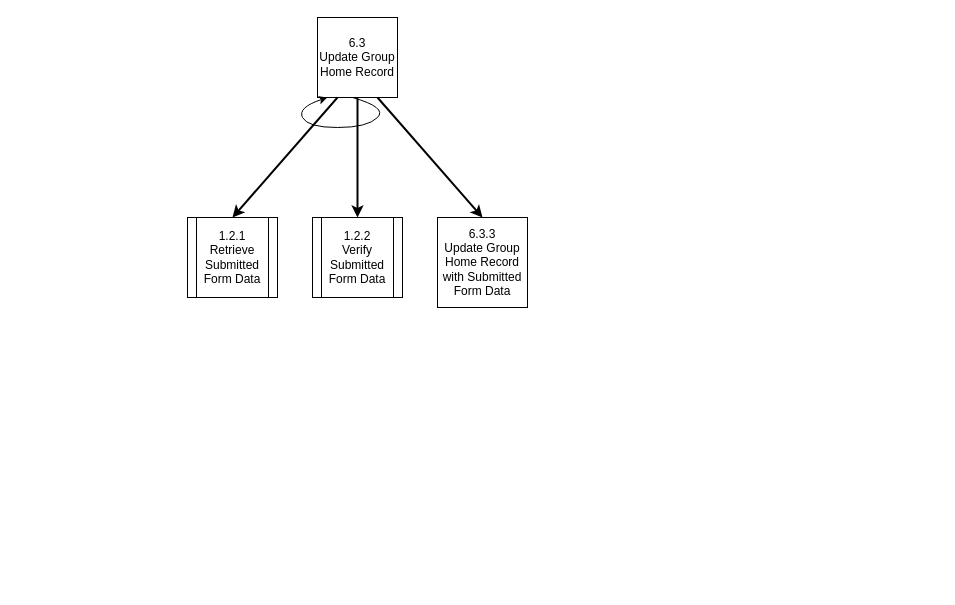
Earlier version of the draw.io diagram page "6.3: Update GH Record" (3 of 3) of Diagrams/StructureCharts/Proc6UpdateGH.drawio (Harlento/SchedulingSystem). Source tidied: cells renumbered, new cells numbered last; positions are measured from the earlier drawing's top-left corner, leaving out a move shared by most shapes. Both pictures are drawn from the tidied source at 100%, with x=0, y=0 at pixel (187, 17).
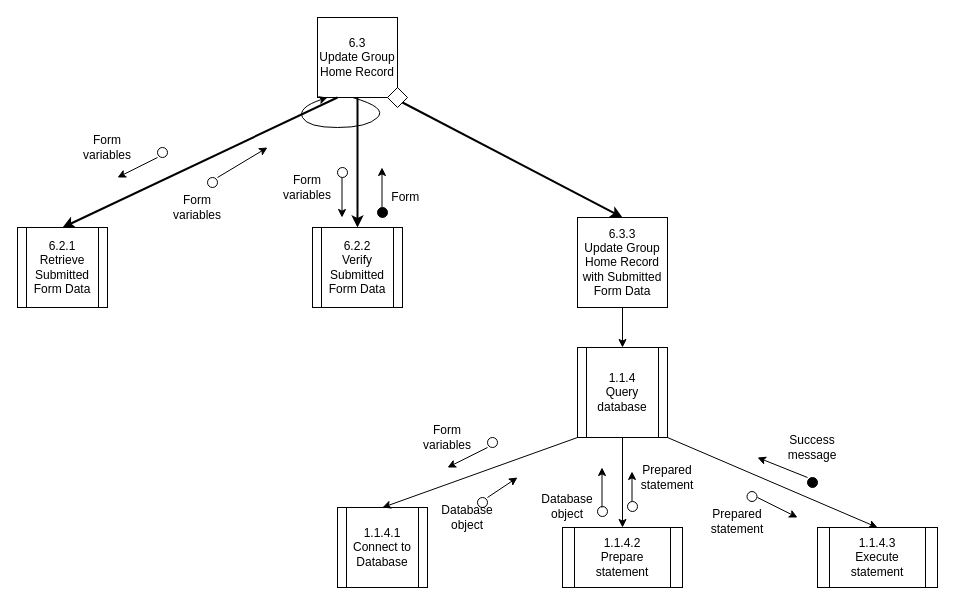
The same diagram, later.

The change refers to these unchanged cells:
```xml
<mxCell id="2" value="6.3&lt;br&gt;Update Group Home Record" style="whiteSpace=wrap;html=1;" parent="1" vertex="1">
  <mxGeometry x="130" width="80" height="80" as="geometry" />
</mxCell>
```

The edit, as a diff of the source:
```diff
@@
-    <mxCell id="4" value="&lt;span style=&quot;white-space: normal&quot;&gt;1.2.1&lt;br&gt;&lt;/span&gt;Retrieve Submitted Form Data" style="shape=process;whiteSpace=wrap;html=1;backgroundOutline=1;" parent="1" vertex="1">
-      <mxGeometry y="200" width="90" height="80" as="geometry" />
+    <mxCell id="4" value="&lt;span style=&quot;white-space: normal&quot;&gt;6.2.1&lt;br&gt;&lt;/span&gt;Retrieve Submitted Form Data" style="shape=process;whiteSpace=wrap;html=1;backgroundOutline=1;" parent="1" vertex="1">
+      <mxGeometry x="-170" y="210" width="90" height="80" as="geometry" />
     </mxCell>
-    <mxCell id="5" value="&lt;span style=&quot;white-space: normal&quot;&gt;1.2.2&lt;br&gt;&lt;/span&gt;Verify Submitted Form Data" style="shape=process;whiteSpace=wrap;html=1;backgroundOutline=1;" parent="1" vertex="1">
-      <mxGeometry x="125" y="200" width="90" height="80" as="geometry" />
+    <mxCell id="5" value="&lt;span style=&quot;white-space: normal&quot;&gt;6.2.2&lt;br&gt;&lt;/span&gt;Verify Submitted Form Data" style="shape=process;whiteSpace=wrap;html=1;backgroundOutline=1;" parent="1" vertex="1">
+      <mxGeometry x="125" y="210" width="90" height="80" as="geometry" />
     </mxCell>
@@
-    <mxCell id="7" style="endArrow=classic;html=1;strokeWidth=2;entryX=0.5;entryY=0;entryDx=0;entryDy=0;exitX=0.75;exitY=1;exitDx=0;exitDy=0;" parent="1" edge="1" source="2" target="8">
+    <mxCell id="7" style="endArrow=classic;html=1;strokeWidth=2;entryX=0.5;entryY=0;entryDx=0;entryDy=0;exitX=1;exitY=1;exitDx=0;exitDy=0;" parent="1" edge="1" source="28" target="8">
       <mxGeometry relative="1" as="geometry" />
     </mxCell>
     <mxCell id="8" value="6.3.3&lt;br&gt;Update Group Home Record with Submitted Form Data" style="whiteSpace=wrap;html=1;" parent="1" vertex="1">
-      <mxGeometry x="250" y="200" width="90" height="90" as="geometry" />
+      <mxGeometry x="390" y="200" width="90" height="90" as="geometry" />
     </mxCell>
@@
+    <mxCell id="10" style="endArrow=classic;html=1;strokeWidth=1;" parent="1" edge="1">
+      <mxGeometry relative="1" as="geometry">
+        <mxPoint x="-30" y="140" as="sourcePoint" />
+        <mxPoint x="-70" y="160" as="targetPoint" />
+      </mxGeometry>
+    </mxCell>
+    <mxCell id="11" style="ellipse;whiteSpace=wrap;html=1;fillColor=#000000;" parent="1" vertex="1">
+      <mxGeometry x="620" y="460" width="10" height="10" as="geometry" />
+    </mxCell>
+    <mxCell id="12" style="ellipse;whiteSpace=wrap;html=1;fillColor=#FFFFFF;" parent="1" vertex="1">
+      <mxGeometry x="559.5" y="474" width="10" height="10" as="geometry" />
+    </mxCell>
+    <mxCell id="13" style="ellipse;whiteSpace=wrap;html=1;fillColor=#FFFFFF;" parent="1" vertex="1">
+      <mxGeometry x="440" y="484" width="10" height="10" as="geometry" />
+    </mxCell>
+    <mxCell id="14" style="ellipse;whiteSpace=wrap;html=1;fillColor=#FFFFFF;" parent="1" vertex="1">
+      <mxGeometry x="410" y="489" width="10" height="10" as="geometry" />
+    </mxCell>
+    <mxCell id="15" style="ellipse;whiteSpace=wrap;html=1;fillColor=#FFFFFF;" parent="1" vertex="1">
+      <mxGeometry x="290" y="480" width="10" height="10" as="geometry" />
+    </mxCell>
+    <mxCell id="16" style="ellipse;whiteSpace=wrap;html=1;fillColor=#FFFFFF;" parent="1" vertex="1">
+      <mxGeometry x="300" y="420" width="10" height="10" as="geometry" />
+    </mxCell>
+    <mxCell id="17" style="ellipse;whiteSpace=wrap;html=1;fillColor=#000000;" parent="1" vertex="1">
+      <mxGeometry x="190" y="190" width="10" height="10" as="geometry" />
+    </mxCell>
+    <mxCell id="18" style="ellipse;whiteSpace=wrap;html=1;fillColor=#FFFFFF;" parent="1" vertex="1">
+      <mxGeometry x="150" y="150" width="10" height="10" as="geometry" />
+    </mxCell>
+    <mxCell id="19" style="ellipse;whiteSpace=wrap;html=1;fillColor=#FFFFFF;" parent="1" vertex="1">
+      <mxGeometry x="20" y="160" width="10" height="10" as="geometry" />
+    </mxCell>
+    <mxCell id="20" style="ellipse;whiteSpace=wrap;html=1;fillColor=#FFFFFF;" parent="1" vertex="1">
+      <mxGeometry x="-30" y="130" width="10" height="10" as="geometry" />
+    </mxCell>
+    <mxCell id="21" style="endArrow=classic;html=1;strokeWidth=1;" parent="1" edge="1">
+      <mxGeometry relative="1" as="geometry">
+        <mxPoint x="30" y="160" as="sourcePoint" />
+        <mxPoint x="80" y="130" as="targetPoint" />
+      </mxGeometry>
+    </mxCell>
+    <mxCell id="22" style="endArrow=classic;html=1;strokeWidth=1;" parent="1" edge="1">
+      <mxGeometry relative="1" as="geometry">
+        <mxPoint x="194.5" y="190" as="sourcePoint" />
+        <mxPoint x="194.5" y="150" as="targetPoint" />
+      </mxGeometry>
+    </mxCell>
+    <mxCell id="23" style="endArrow=classic;html=1;strokeWidth=1;" parent="1" edge="1">
+      <mxGeometry relative="1" as="geometry">
+        <mxPoint x="154.5" y="160" as="sourcePoint" />
+        <mxPoint x="154.5" y="200" as="targetPoint" />
+      </mxGeometry>
+    </mxCell>
+    <mxCell id="24" value="Form variables" style="text;html=1;strokeColor=none;fillColor=none;align=center;verticalAlign=middle;whiteSpace=wrap;rounded=0;" parent="1" vertex="1">
+      <mxGeometry x="-100" y="120" width="40" height="20" as="geometry" />
+    </mxCell>
+    <mxCell id="25" value="Form variables" style="text;html=1;strokeColor=none;fillColor=none;align=center;verticalAlign=middle;whiteSpace=wrap;rounded=0;" parent="1" vertex="1">
+      <mxGeometry x="-10" y="180" width="40" height="20" as="geometry" />
+    </mxCell>
+    <mxCell id="26" value="Form variables" style="text;html=1;strokeColor=none;fillColor=none;align=center;verticalAlign=middle;whiteSpace=wrap;rounded=0;" parent="1" vertex="1">
+      <mxGeometry x="100" y="160" width="40" height="20" as="geometry" />
+    </mxCell>
+    <mxCell id="27" value="Form&amp;nbsp;" style="text;html=1;strokeColor=none;fillColor=none;align=center;verticalAlign=middle;whiteSpace=wrap;rounded=0;" parent="1" vertex="1">
+      <mxGeometry x="200" y="170" width="40" height="20" as="geometry" />
+    </mxCell>
+    <mxCell id="28" style="rhombus;whiteSpace=wrap;html=1;fillColor=#FFFFFF;" parent="1" vertex="1">
+      <mxGeometry x="200" y="70" width="20" height="20" as="geometry" />
+    </mxCell>
+    <mxCell id="29" value="Form variables" style="text;html=1;strokeColor=none;fillColor=none;align=center;verticalAlign=middle;whiteSpace=wrap;rounded=0;" parent="1" vertex="1">
+      <mxGeometry x="240" y="410" width="40" height="20" as="geometry" />
+    </mxCell>
+    <mxCell id="30" value="1.1.4&lt;br&gt;Query database" style="shape=process;whiteSpace=wrap;html=1;backgroundOutline=1;" parent="1" vertex="1">
+      <mxGeometry x="390" y="330" width="90" height="90" as="geometry" />
+    </mxCell>
+    <mxCell id="31" value="1.1.4.1&lt;br&gt;Connect to Database" style="shape=process;whiteSpace=wrap;html=1;backgroundOutline=1;" parent="1" vertex="1">
+      <mxGeometry x="150" y="490" width="90" height="80" as="geometry" />
+    </mxCell>
+    <mxCell id="32" value="1.1.4.2&lt;br&gt;Prepare statement" style="shape=process;whiteSpace=wrap;html=1;backgroundOutline=1;" parent="1" vertex="1">
+      <mxGeometry x="375" y="510" width="120" height="60" as="geometry" />
+    </mxCell>
+    <mxCell id="33" value="1.1.4.3&lt;br&gt;Execute statement" style="shape=process;whiteSpace=wrap;html=1;backgroundOutline=1;" parent="1" vertex="1">
+      <mxGeometry x="630" y="510" width="120" height="60" as="geometry" />
+    </mxCell>
+    <mxCell id="34" style="endArrow=classic;html=1;strokeWidth=1;entryX=0.5;entryY=0;entryDx=0;entryDy=0;exitX=0;exitY=1;exitDx=0;exitDy=0;" parent="1" edge="1" source="30" target="31">
+      <mxGeometry relative="1" as="geometry" />
+    </mxCell>
+    <mxCell id="35" style="endArrow=classic;html=1;strokeWidth=1;exitX=0.5;exitY=1;exitDx=0;exitDy=0;entryX=0.5;entryY=0;entryDx=0;entryDy=0;" parent="1" edge="1" source="30" target="32">
+      <mxGeometry relative="1" as="geometry" />
+    </mxCell>
+    <mxCell id="36" style="endArrow=classic;html=1;strokeWidth=1;exitX=0.5;exitY=1;exitDx=0;exitDy=0;entryX=0.5;entryY=0;entryDx=0;entryDy=0;" parent="1" edge="1" source="8" target="30">
+      <mxGeometry relative="1" as="geometry" />
+    </mxCell>
+    <mxCell id="37" style="endArrow=classic;html=1;strokeWidth=1;exitX=1;exitY=1;exitDx=0;exitDy=0;entryX=0.5;entryY=0;entryDx=0;entryDy=0;" parent="1" edge="1" source="30" target="33">
+      <mxGeometry relative="1" as="geometry" />
+    </mxCell>
+    <mxCell id="38" style="endArrow=classic;html=1;strokeWidth=1;" parent="1" edge="1">
+      <mxGeometry relative="1" as="geometry">
+        <mxPoint x="300" y="430" as="sourcePoint" />
+        <mxPoint x="260" y="450" as="targetPoint" />
+      </mxGeometry>
+    </mxCell>
+    <mxCell id="39" style="endArrow=classic;html=1;strokeWidth=1;" parent="1" edge="1">
+      <mxGeometry relative="1" as="geometry">
+        <mxPoint x="300" y="480" as="sourcePoint" />
+        <mxPoint x="330" y="460" as="targetPoint" />
+      </mxGeometry>
+    </mxCell>
+    <mxCell id="40" value="Database object" style="text;html=1;strokeColor=none;fillColor=none;align=center;verticalAlign=middle;whiteSpace=wrap;rounded=0;" parent="1" vertex="1">
+      <mxGeometry x="260" y="490" width="40" height="20" as="geometry" />
+    </mxCell>
+    <mxCell id="41" value="Database object" style="text;html=1;strokeColor=none;fillColor=none;align=center;verticalAlign=middle;whiteSpace=wrap;rounded=0;" parent="1" vertex="1">
+      <mxGeometry x="360" y="479" width="40" height="20" as="geometry" />
+    </mxCell>
+    <mxCell id="42" style="endArrow=classic;html=1;strokeWidth=1;" parent="1" edge="1">
+      <mxGeometry relative="1" as="geometry">
+        <mxPoint x="414.5" y="490" as="sourcePoint" />
+        <mxPoint x="414.5" y="450" as="targetPoint" />
+      </mxGeometry>
+    </mxCell>
+    <mxCell id="43" style="endArrow=classic;html=1;strokeWidth=1;" parent="1" edge="1">
+      <mxGeometry relative="1" as="geometry">
+        <mxPoint x="444.5" y="484" as="sourcePoint" />
+        <mxPoint x="444.5" y="454" as="targetPoint" />
+      </mxGeometry>
+    </mxCell>
+    <mxCell id="44" value="Prepared statement" style="text;html=1;strokeColor=none;fillColor=none;align=center;verticalAlign=middle;whiteSpace=wrap;rounded=0;" parent="1" vertex="1">
+      <mxGeometry x="460" y="450" width="40" height="20" as="geometry" />
+    </mxCell>
+    <mxCell id="45" style="endArrow=classic;html=1;strokeWidth=1;" parent="1" edge="1">
+      <mxGeometry relative="1" as="geometry">
+        <mxPoint x="570" y="480" as="sourcePoint" />
+        <mxPoint x="610" y="500" as="targetPoint" />
+      </mxGeometry>
+    </mxCell>
+    <mxCell id="46" style="endArrow=classic;html=1;strokeWidth=1;" parent="1" edge="1">
+      <mxGeometry relative="1" as="geometry">
+        <mxPoint x="620" y="460" as="sourcePoint" />
+        <mxPoint x="570" y="440" as="targetPoint" />
+      </mxGeometry>
+    </mxCell>
+    <mxCell id="47" value="Prepared statement" style="text;html=1;strokeColor=none;fillColor=none;align=center;verticalAlign=middle;whiteSpace=wrap;rounded=0;" parent="1" vertex="1">
+      <mxGeometry x="529.5" y="494" width="40" height="20" as="geometry" />
+    </mxCell>
+    <mxCell id="48" value="Success message" style="text;html=1;strokeColor=none;fillColor=none;align=center;verticalAlign=middle;whiteSpace=wrap;rounded=0;" parent="1" vertex="1">
+      <mxGeometry x="605" y="420" width="40" height="20" as="geometry" />
+    </mxCell>
```
